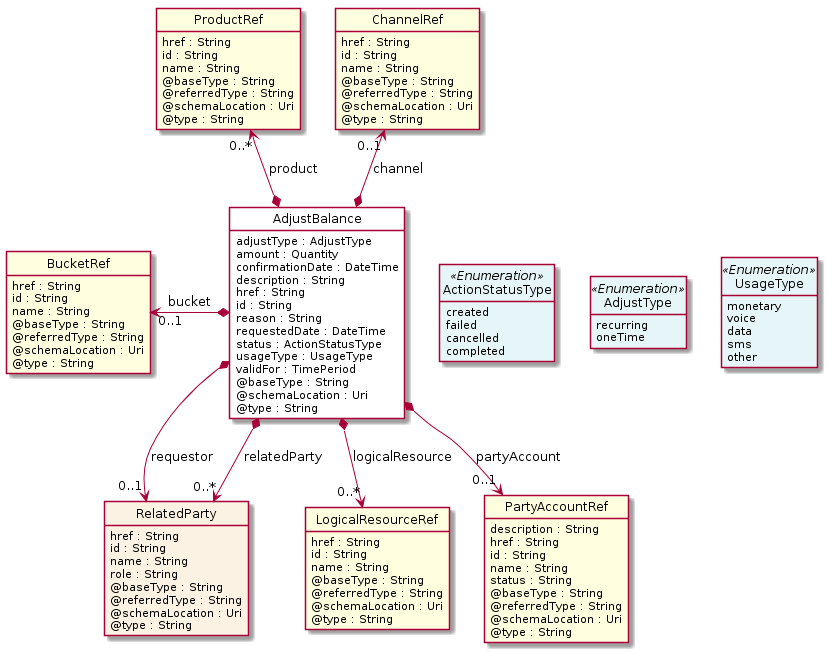
This is apis/TMF654_PrepayBalance/documentation/diagrams/Resource_AdjustBalance.png from tmforum-apis/Open_Api_And_Data_Model, a PlantUML export, as it was before one commit.
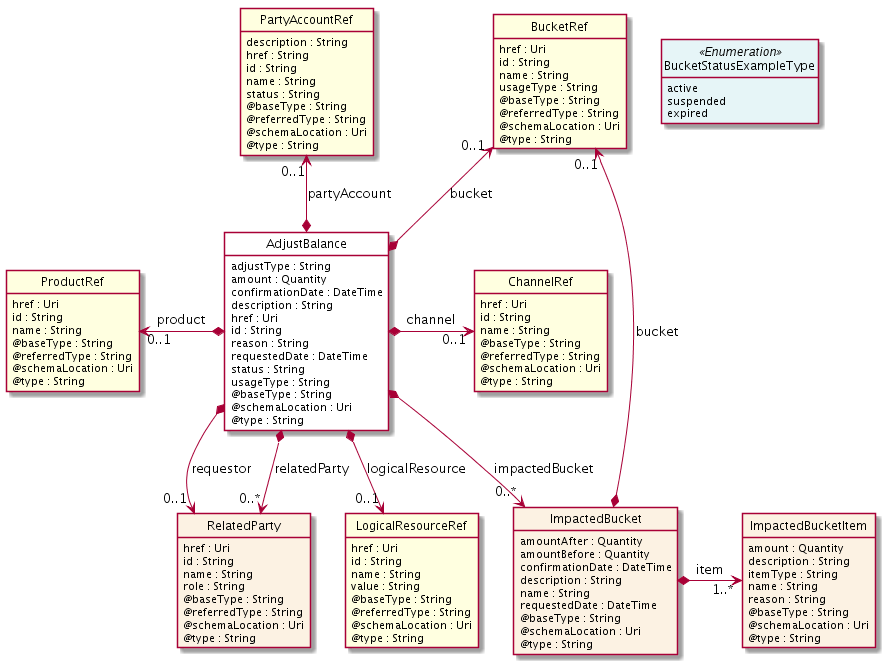
After the change.

Change to the diagram source:
```diff
@@ -11,44 +11,63 @@
 }
 
 class AdjustBalance  <<Pivot>> {
-    adjustType : AdjustType
+    adjustType : String
     amount : Quantity
     confirmationDate : DateTime
     description : String
-    href : String
+    href : Uri
     id : String
     reason : String
     requestedDate : DateTime
-    status : ActionStatusType
-    usageType : UsageType
-    validFor : TimePeriod
+    status : String
+    usageType : String
     @baseType : String
     @schemaLocation : Uri
     @type : String
 }
 
-class AdjustType <<Enumeration>> {
-    recurring
-    oneTime
+class BucketStatusExampleType <<Enumeration>> {
+    active
+    suspended
+    expired
 }
 
-class ActionStatusType <<Enumeration>> {
-    created
-    failed
-    cancelled
-    completed
+class ImpactedBucket  {
+    amountAfter : Quantity
+    amountBefore : Quantity
+    confirmationDate : DateTime
+    description : String
+    name : String
+    requestedDate : DateTime
+    @baseType : String
+    @schemaLocation : Uri
+    @type : String
 }
 
-class UsageType <<Enumeration>> {
-    monetary
-    voice
-    data
-    sms
-    other
+class BucketRef  <<Ref>> {
+    href : Uri
+    id : String
+    name : String
+    usageType : String
+    @baseType : String
+    @referredType : String
+    @schemaLocation : Uri
+    @type : String
+}
+
+class ImpactedBucketItem  {
+    amount : Quantity
+    description : String
+    itemType : String
+    name : String
+    reason : String
+    @baseType : String
+    @schemaLocation : Uri
+    @type : String
 }
 
 class ProductRef  <<Ref>> {
-    href : String
+    href : Uri
     id : String
     name : String
     @baseType : String
@@ -58,7 +77,7 @@
 }
 
 class ChannelRef  <<Ref>> {
-    href : String
+    href : Uri
     id : String
     name : String
     @baseType : String
@@ -68,7 +87,7 @@
 }
 
 class RelatedParty  {
-    href : String
+    href : Uri
     id : String
     name : String
     role : String
@@ -79,19 +98,10 @@
 }
 
 class LogicalResourceRef  <<Ref>> {
-    href : String
+    href : Uri
     id : String
     name : String
-    @baseType : String
-    @referredType : String
-    @schemaLocation : Uri
-    @type : String
-}
-
-class BucketRef  <<Ref>> {
-    href : String
-    id : String
-    name : String
+    value : String
     @baseType : String
     @referredType : String
     @schemaLocation : Uri
@@ -110,24 +120,28 @@
     @type : String
 }
 
-AdjustBalance -right[hidden]-> ActionStatusType
+BucketRef "0..1" <--* AdjustBalance : bucket
 
-ActionStatusType -right[hidden]-> AdjustType
+AdjustBalance *-->  "0..*" ImpactedBucket : impactedBucket
 
-AdjustType -right[hidden]-> UsageType
+ImpactedBucket *-right-> "1..*" ImpactedBucketItem : item
 
-BucketRef "0..1" <-left-* AdjustBalance : bucket
+BucketRef "0..1" <--* ImpactedBucket : bucket
 
-ChannelRef "0..1" <--* AdjustBalance : channel
+ProductRef "0..1" <-left-* AdjustBalance : product
 
-ProductRef "0..*" <--* AdjustBalance : product
+AdjustBalance *-right-> "0..1" ChannelRef : channel
 
-AdjustBalance *-->  "0..1" PartyAccountRef : partyAccount
+PartyAccountRef "0..1" <--* AdjustBalance : partyAccount
+
+AdjustBalance *-->  "0..1" LogicalResourceRef : logicalResource
+
+LogicalResourceRef -right[hidden]-> ImpactedBucket
 
 AdjustBalance *-->  "0..1" RelatedParty : requestor
 
 AdjustBalance *-->  "0..*" RelatedParty : relatedParty
 
-AdjustBalance *-->  "0..*" LogicalResourceRef : logicalResource
+RelatedParty -right[hidden]-> LogicalResourceRef
 
 @enduml
```
